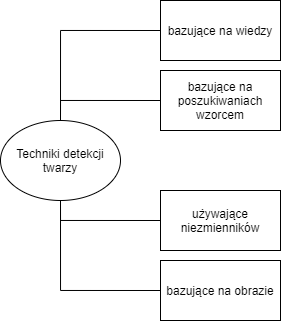
Above: zdjęcia/techniki-detekcji.png in gnoianna/Engineering-Thesis (draw.io), before the change. Source tidied: cells renumbered, new cells last; positions are measured from the earlier drawing's top-left corner, leaving out a move shared by most shapes.
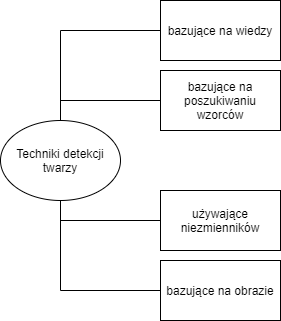
The same diagram one commit later.

Change to the diagram source:
```diff
@@ -27,7 +27,7 @@
     <mxCell id="8" value="bazujące na wiedzy" style="rounded=0;whiteSpace=wrap;html=1;" parent="1" vertex="1">
       <mxGeometry x="160" width="120" height="60" as="geometry" />
     </mxCell>
-    <mxCell id="9" value="bazujące na poszukiwaniach wzorcem&lt;br&gt;" style="rounded=0;whiteSpace=wrap;html=1;" parent="1" vertex="1">
+    <mxCell id="9" value="bazujące na poszukiwaniu wzorców" style="rounded=0;whiteSpace=wrap;html=1;" parent="1" vertex="1">
       <mxGeometry x="160" y="70" width="120" height="60" as="geometry" />
     </mxCell>
     <mxCell id="10" value="używające niezmienników" style="rounded=0;whiteSpace=wrap;html=1;" parent="1" vertex="1">
```
